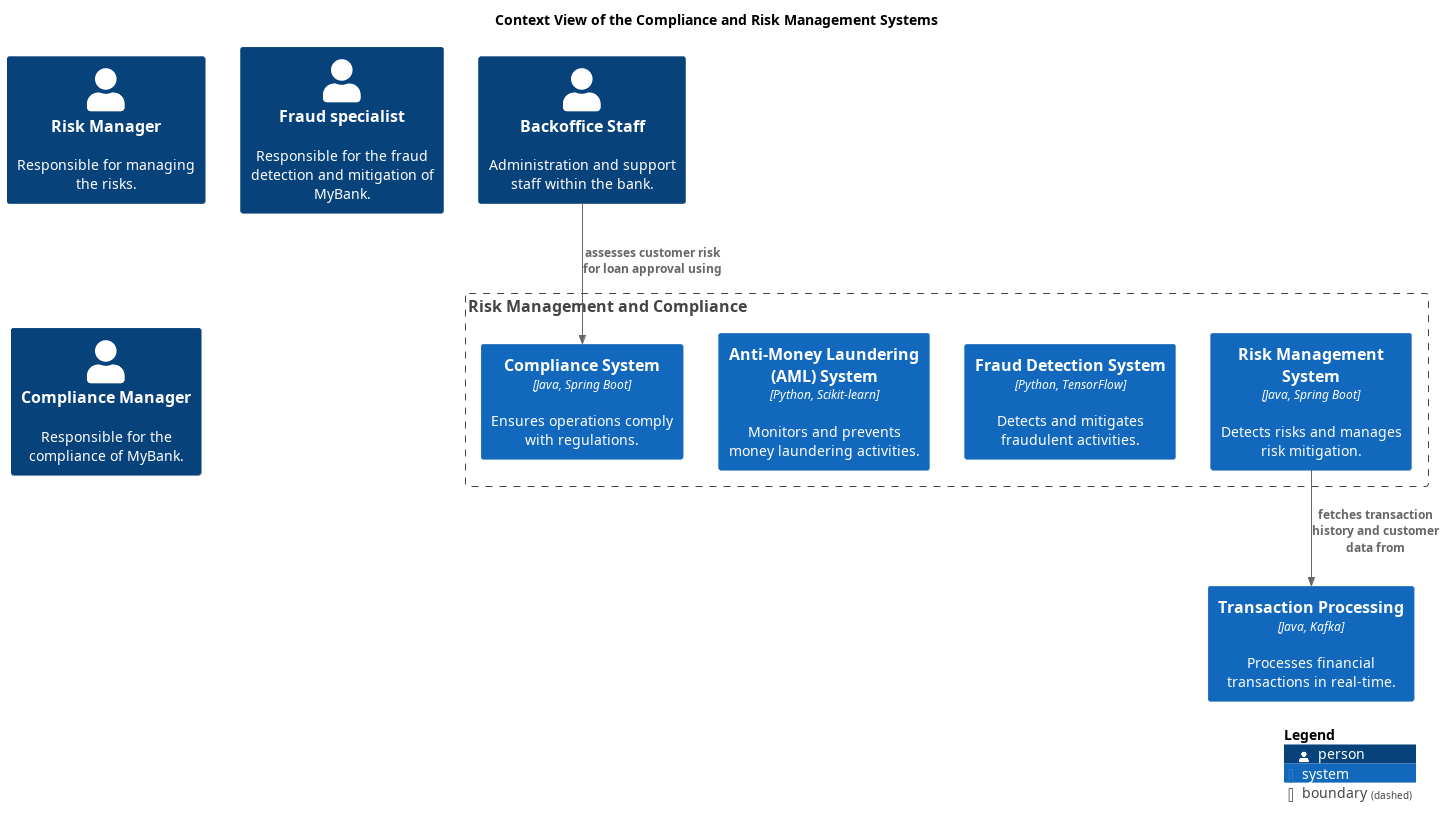
Before: docs/mybank/compliance/context-view.png, a diagram exported from PlantUML (soulspace-org/my-bank-model).
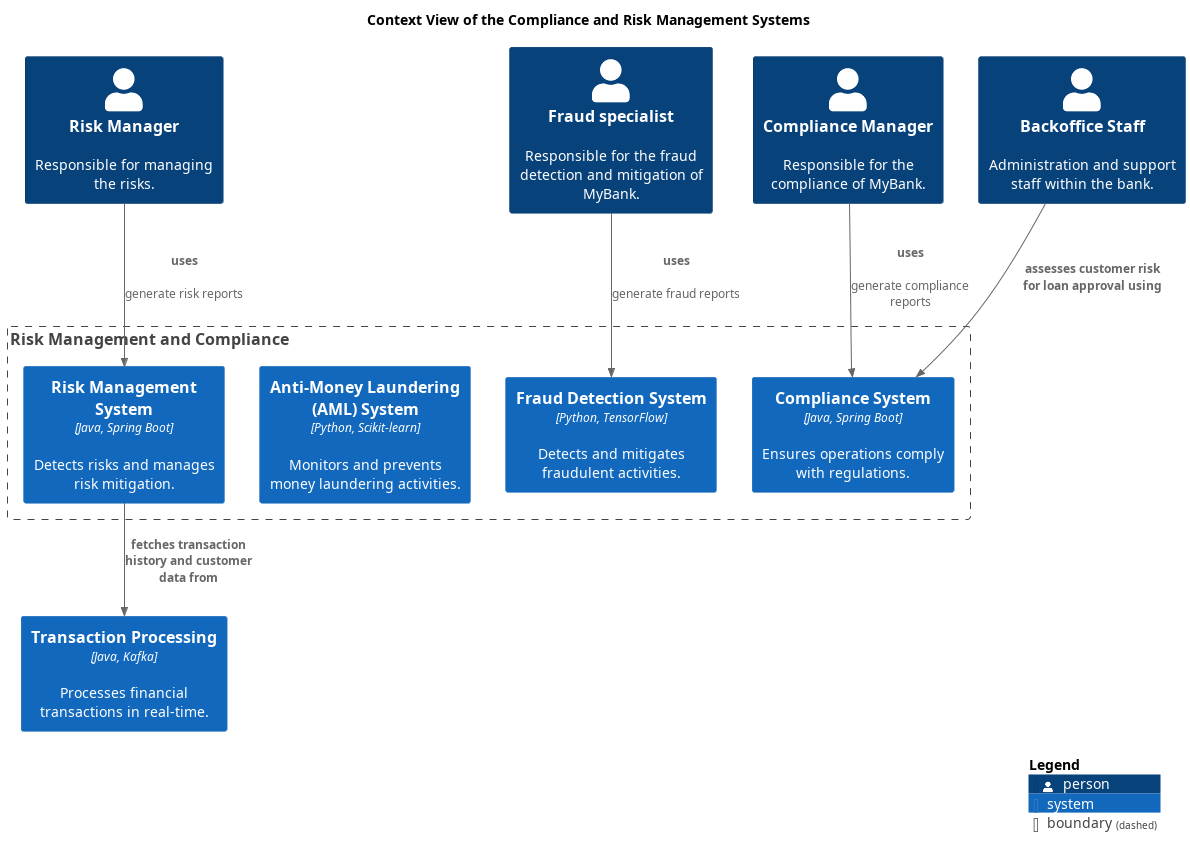
After the commit.

What changed in the source:
```diff
@@ -24,7 +24,10 @@
   System(mybank_compliance_complianceSystem, "Compliance System", $descr="Ensures operations comply with regulations.", $type="Java, Spring Boot")
 }
 Person(mybank_coreBanking_backofficeStaff, "Backoffice Staff", $descr="Administration and support staff within the bank.")
+Rel(mybank_compliance_complianceManager, mybank_compliance_complianceSystem, "uses", $descr="generate compliance reports")
 Rel(mybank_coreBanking_backofficeStaff, mybank_compliance_complianceSystem, "assesses customer risk for loan approval using")
+Rel(mybank_compliance_fraudSpecialist, mybank_compliance_fraudDetectionSystem, "uses", $descr="generate fraud reports")
 Rel(mybank_compliance_riskManagementSystem, mybank_coreBanking_transactionProcessingSystem, "fetches transaction history and customer data from")
+Rel(mybank_compliance_riskManager, mybank_compliance_riskManagementSystem, "uses", $descr="generate risk reports")
 SHOW_LEGEND()
 @enduml
```
